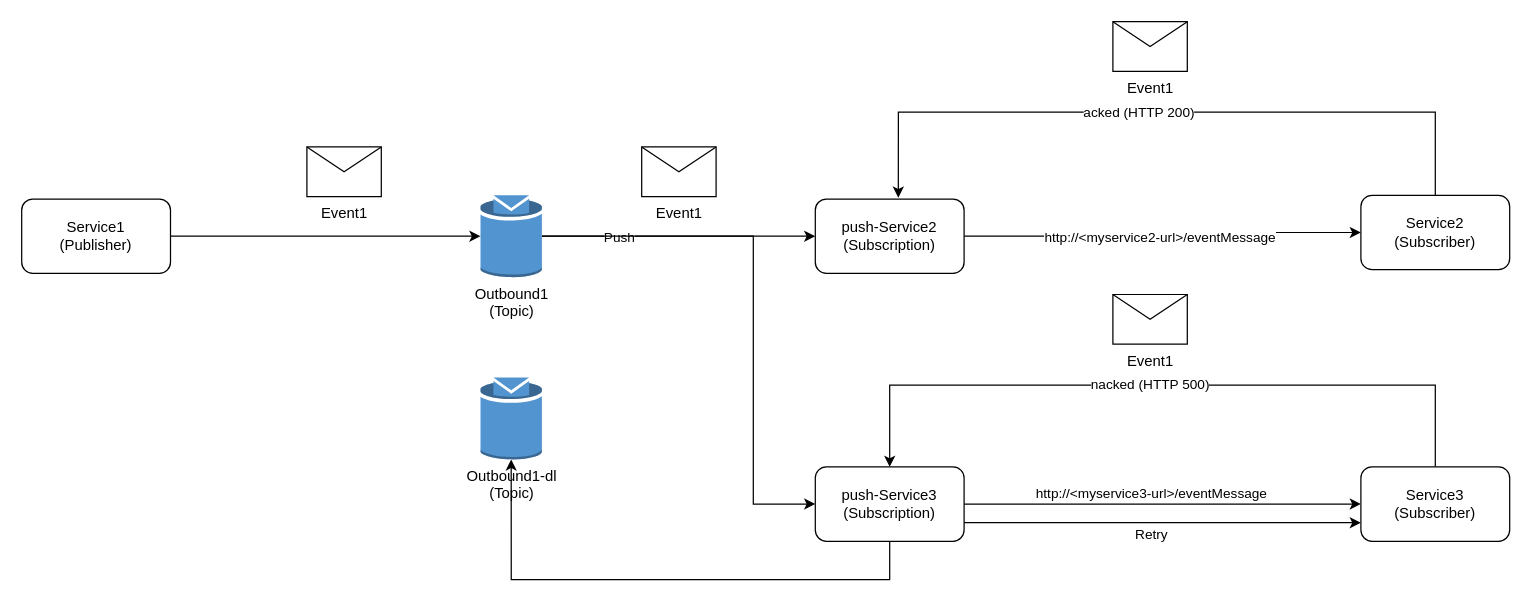
Earlier version of the draw.io diagram eventmessage-flow.drawio (lenny-osp/pubsub-workflow). Source tidied: cells renumbered, new cells numbered last; positions are measured from the earlier drawing's top-left corner, leaving out a move shared by most shapes. Both pictures are drawn from the tidied source at 124%, with x=0, y=0 at pixel (21, 21).
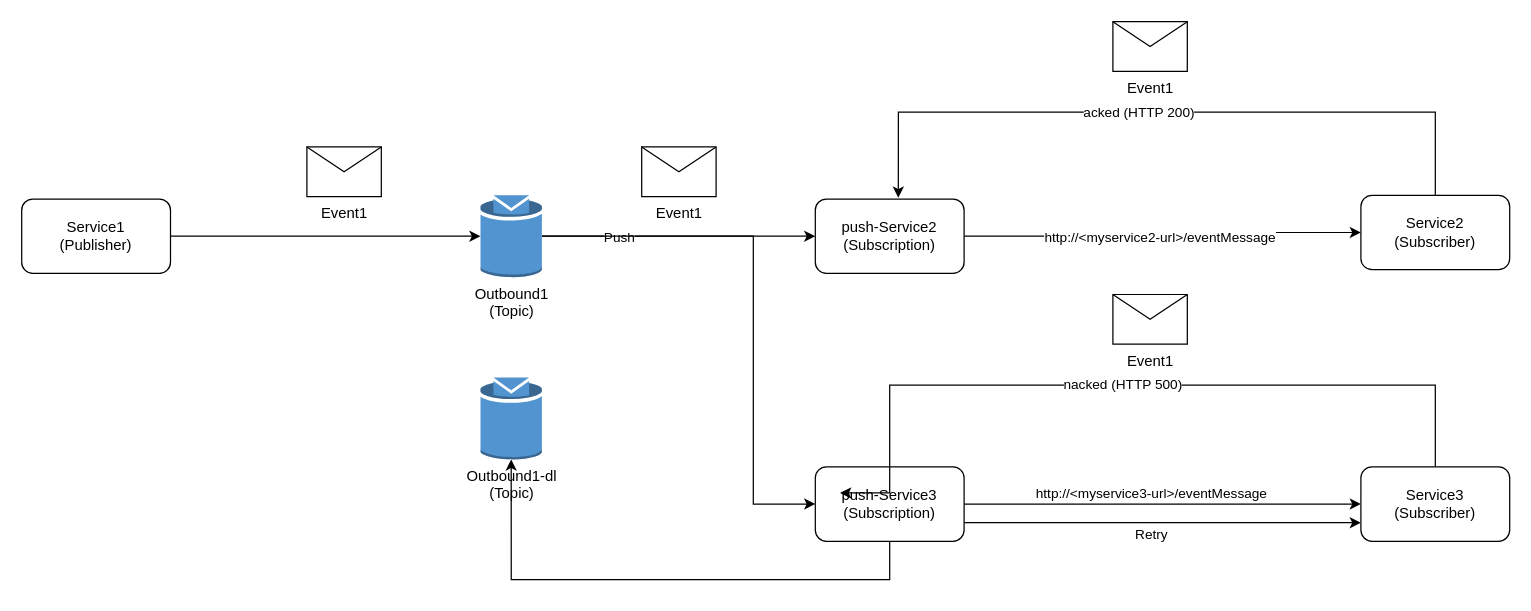
Above is the later version.

Commit message:
Adjust page setup

The change refers to these unchanged cells:
```xml
<mxCell id="21" value="push-Service3&lt;br style=&quot;border-color: var(--border-color);&quot;&gt;(Subscription)" style="rounded=1;whiteSpace=wrap;html=1;" parent="1" vertex="1">
  <mxGeometry x="640" y="359" width="120" height="60" as="geometry" />
</mxCell>
<mxCell id="24" value="Service3&lt;br style=&quot;border-color: var(--border-color);&quot;&gt;(Subscriber)" style="rounded=1;whiteSpace=wrap;html=1;" parent="1" vertex="1">
  <mxGeometry x="1080" y="359" width="120" height="60" as="geometry" />
</mxCell>
```

Diff of the diagram source:
```diff
@@
-    <mxCell id="22" style="edgeStyle=orthogonalEdgeStyle;rounded=0;jettySize=auto;html=1;entryX=0.5;entryY=0;entryDx=0;entryDy=0;" parent="1" edge="1" source="24" target="21">
+    <mxCell id="22" style="edgeStyle=orthogonalEdgeStyle;rounded=0;jettySize=auto;html=1;" parent="1" edge="1" source="24">
       <mxGeometry relative="1" as="geometry">
+        <mxPoint x="660" y="380" as="targetPoint" />
         <Array as="points">
           <mxPoint x="1140" y="293" />
           <mxPoint x="700" y="293" />
         </Array>
       </mxGeometry>
     </mxCell>
```
